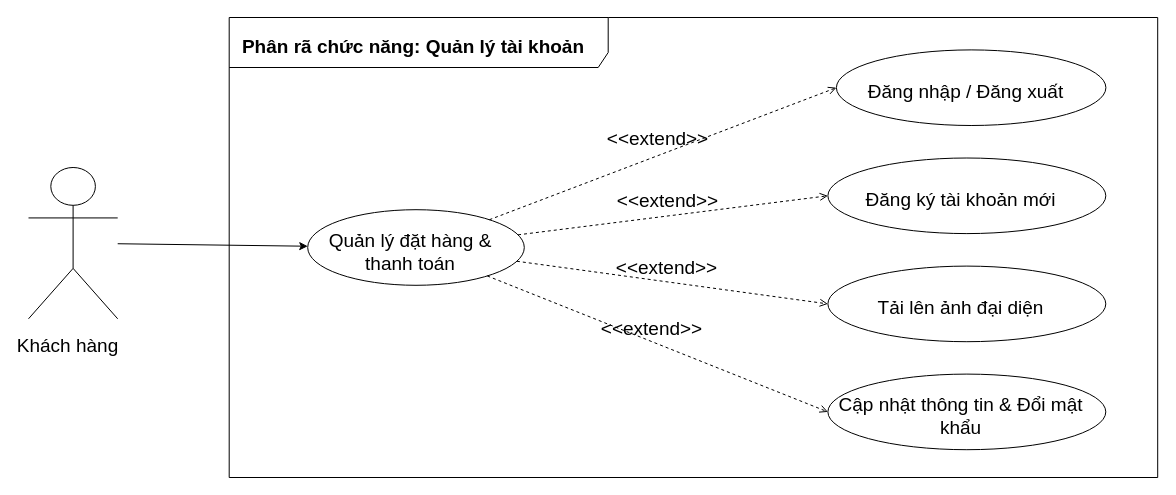
Earlier version of the draw.io diagram page "UC_QLY_TK_Khách" (5 of 11) of erd.drawio (CuongNY01/Website_QL_CuaHangQuanAo). Source tidied: cells renumbered, new cells numbered last; positions are measured from the earlier drawing's top-left corner, leaving out a move shared by most shapes. Both pictures are drawn from the tidied source at 100%, with x=0, y=0 at pixel (28, 17).
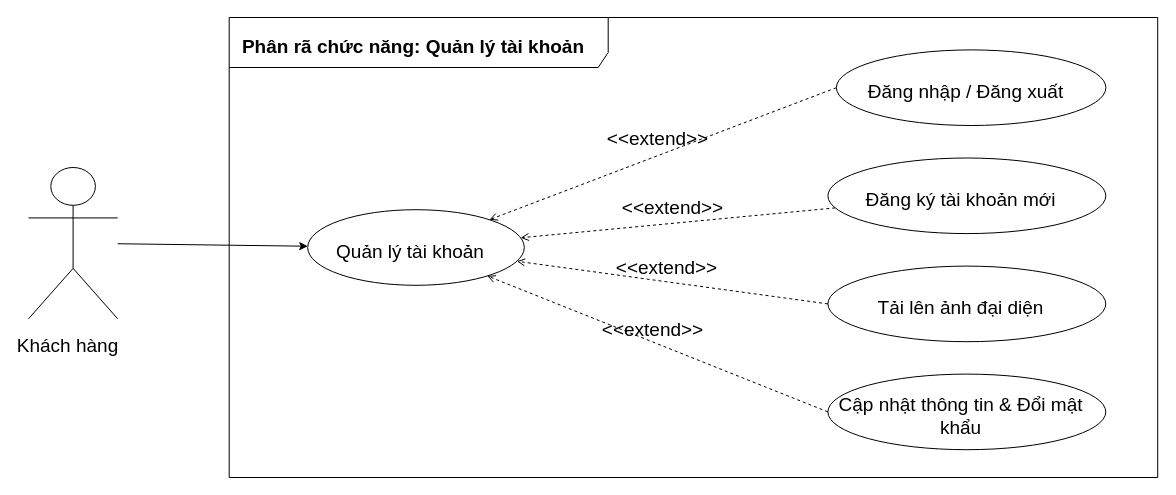
The same diagram, later.

Diff of the diagram source:
```diff
@@
 <mxGraphModel>
   <root>
     <mxCell id="0" />
     <mxCell id="1" parent="0" />
-    <mxCell id="2" style="group;" parent="1" vertex="1">
-      <mxGeometry width="1129.2" height="460" as="geometry" />
-    </mxCell>
-    <mxCell id="3" style="edgeStyle=none;shape=connector;rounded=1;jettySize=auto;html=1;strokeColor=default;align=center;verticalAlign=middle;fontFamily=Helvetica;fontSize=19;fontColor=default;labelBackgroundColor=default;defaultLabelBackgroundColor=page;endArrow=classic;spacingTop=10;spacingLeft=2;spacingRight=13;" parent="2" edge="1" source="4" target="6">
+    <mxCell id="3" style="edgeStyle=none;shape=connector;rounded=1;jettySize=auto;html=1;strokeColor=default;align=center;verticalAlign=middle;fontFamily=Helvetica;fontSize=19;fontColor=default;labelBackgroundColor=default;defaultLabelBackgroundColor=page;endArrow=classic;spacingTop=10;spacingLeft=2;spacingRight=13;" parent="1" edge="1" source="4" target="6">
       <mxGeometry relative="1" as="geometry" />
     </mxCell>
-    <mxCell id="4" value="Khách hàng" style="shape=umlActor;verticalLabelPosition=bottom;verticalAlign=top;html=1;labelPerimeter=1;fontSize=19;spacingTop=10;spacingLeft=2;spacingRight=13;" parent="2" vertex="1">
+    <mxCell id="4" value="Khách hàng" style="shape=umlActor;verticalLabelPosition=bottom;verticalAlign=top;html=1;labelPerimeter=1;fontSize=19;spacingTop=10;spacingLeft=2;spacingRight=13;" parent="1" vertex="1">
       <mxGeometry y="150" width="89.2" height="151.3" as="geometry" />
     </mxCell>
-    <mxCell id="5" value="&lt;b&gt;Phân rã chức năng: Quản lý tài khoản&lt;/b&gt;" style="shape=umlFrame;whiteSpace=wrap;html=1;width=379;height=50;fontSize=19;spacingTop=10;spacingLeft=2;spacingRight=13;" parent="2" vertex="1">
+    <mxCell id="5" value="&lt;b&gt;Phân rã chức năng: Quản lý tài khoản&lt;/b&gt;" style="shape=umlFrame;whiteSpace=wrap;html=1;width=379;height=50;fontSize=19;spacingTop=10;spacingLeft=2;spacingRight=13;" parent="1" vertex="1">
       <mxGeometry x="200.7" width="928.5" height="460" as="geometry" />
     </mxCell>
-    <mxCell id="6" value="Quản lý đặt hàng &amp;amp; thanh toán" style="ellipse;whiteSpace=wrap;html=1;fontSize=19;spacingTop=10;spacingLeft=2;spacingRight=13;" parent="5" vertex="1">
+    <mxCell id="6" value="Quản lý tài khoản" style="ellipse;whiteSpace=wrap;html=1;fontSize=19;spacingTop=10;spacingLeft=2;spacingRight=13;" parent="5" vertex="1">
       <mxGeometry x="78.5" y="192.2" width="216.6" height="75.6" as="geometry" />
     </mxCell>
     <mxCell id="7" value="Đăng nhập / Đăng xuất" style="ellipse;whiteSpace=wrap;html=1;fontSize=19;spacingTop=10;spacingLeft=2;spacingRight=13;" parent="5" vertex="1">
       <mxGeometry x="607.2" y="32.4" width="269.5" height="75.6" as="geometry" />
     </mxCell>
-    <mxCell id="8" value="&amp;lt;&amp;lt;extend&amp;gt;&amp;gt;" style="html=1;verticalAlign=bottom;labelBackgroundColor=none;endArrow=open;endFill=0;dashed=1;rounded=1;strokeColor=default;align=center;fontFamily=Helvetica;fontSize=19;fontColor=default;defaultLabelBackgroundColor=page;entryX=0;entryY=0.5;entryDx=0;entryDy=0;spacingTop=10;spacingLeft=2;spacingRight=13;" parent="5" edge="1" source="6" target="7">
+    <mxCell id="8" value="&amp;lt;&amp;lt;extend&amp;gt;&amp;gt;" style="html=1;verticalAlign=bottom;labelBackgroundColor=none;endArrow=open;endFill=0;dashed=1;rounded=1;strokeColor=default;align=center;fontFamily=Helvetica;fontSize=19;fontColor=default;defaultLabelBackgroundColor=page;spacingTop=10;spacingLeft=2;spacingRight=13;exitX=0;exitY=0.5;exitDx=0;exitDy=0;" parent="5" edge="1" source="7" target="6">
       <mxGeometry relative="1" as="geometry" />
     </mxCell>
-    <mxCell id="9" value="&amp;lt;&amp;lt;extend&amp;gt;&amp;gt;" style="html=1;verticalAlign=bottom;labelBackgroundColor=none;endArrow=open;endFill=0;dashed=1;rounded=1;strokeColor=default;align=center;fontFamily=Helvetica;fontSize=19;fontColor=default;defaultLabelBackgroundColor=page;entryX=0;entryY=0.5;entryDx=0;entryDy=0;spacingTop=10;spacingLeft=2;spacingRight=13;" parent="2" edge="1" source="6" target="13">
+    <mxCell id="9" value="&amp;lt;&amp;lt;extend&amp;gt;&amp;gt;" style="html=1;verticalAlign=bottom;labelBackgroundColor=none;endArrow=open;endFill=0;dashed=1;rounded=1;strokeColor=default;align=center;fontFamily=Helvetica;fontSize=19;fontColor=default;defaultLabelBackgroundColor=page;spacingTop=10;spacingLeft=2;spacingRight=13;" parent="1" edge="1" source="13" target="6">
       <mxGeometry relative="1" as="geometry" />
     </mxCell>
-    <mxCell id="10" value="&amp;lt;&amp;lt;extend&amp;gt;&amp;gt;" style="html=1;verticalAlign=bottom;labelBackgroundColor=none;endArrow=open;endFill=0;dashed=1;rounded=1;strokeColor=default;align=center;fontFamily=Helvetica;fontSize=19;fontColor=default;defaultLabelBackgroundColor=page;entryX=0;entryY=0.5;entryDx=0;entryDy=0;spacingTop=10;spacingLeft=2;spacingRight=13;" parent="2" edge="1" source="6" target="14">
-      <mxGeometry relative="1" as="geometry" />
-    </mxCell>
-    <mxCell id="11" value="&amp;lt;&amp;lt;extend&amp;gt;&amp;gt;" style="html=1;verticalAlign=bottom;labelBackgroundColor=none;endArrow=open;endFill=0;dashed=1;rounded=1;strokeColor=default;align=center;fontFamily=Helvetica;fontSize=19;fontColor=default;defaultLabelBackgroundColor=page;entryX=0;entryY=0.5;entryDx=0;entryDy=0;spacingTop=10;spacingLeft=2;spacingRight=13;" parent="2" edge="1" source="6" target="15">
+    <mxCell id="11" value="&amp;lt;&amp;lt;extend&amp;gt;&amp;gt;" style="html=1;verticalAlign=bottom;labelBackgroundColor=none;endArrow=open;endFill=0;dashed=1;rounded=1;strokeColor=default;align=center;fontFamily=Helvetica;fontSize=19;fontColor=default;defaultLabelBackgroundColor=page;spacingTop=10;spacingLeft=2;spacingRight=13;exitX=0;exitY=0.5;exitDx=0;exitDy=0;" parent="1" edge="1" source="15" target="6">
       <mxGeometry relative="1" as="geometry" />
     </mxCell>
-    <mxCell id="12" style="group;fontSize=19;spacingTop=10;spacingLeft=2;spacingRight=13;" parent="2" vertex="1">
+    <mxCell id="12" style="group;fontSize=19;spacingTop=10;spacingLeft=2;spacingRight=13;" parent="1" vertex="1">
       <mxGeometry x="799.4" y="140.5" width="277.9" height="291.8" as="geometry" />
     </mxCell>
     <mxCell id="13" value="Đăng ký tài khoản mới" style="ellipse;whiteSpace=wrap;html=1;fontSize=19;spacingTop=10;spacingLeft=2;spacingRight=13;" parent="12" vertex="1">
       <mxGeometry width="277.9" height="75.6" as="geometry" />
     </mxCell>
     <mxCell id="14" value="Tải lên ảnh đại diện" style="ellipse;whiteSpace=wrap;html=1;fontSize=19;spacingLeft=2;spacingTop=10;spacingRight=13;" parent="12" vertex="1">
       <mxGeometry y="108.1" width="277.9" height="75.6" as="geometry" />
     </mxCell>
     <mxCell id="15" value="Cập nhật thông tin &amp;amp; Đổi mật khẩu" style="ellipse;whiteSpace=wrap;html=1;fontSize=19;spacingTop=10;spacingLeft=2;spacingRight=13;" parent="12" vertex="1">
       <mxGeometry y="216.1" width="277.9" height="75.6" as="geometry" />
     </mxCell>
+    <mxCell id="10" value="&amp;lt;&amp;lt;extend&amp;gt;&amp;gt;" style="html=1;verticalAlign=bottom;labelBackgroundColor=none;endArrow=open;endFill=0;dashed=1;rounded=1;strokeColor=default;align=center;fontFamily=Helvetica;fontSize=19;fontColor=default;defaultLabelBackgroundColor=page;spacingTop=10;spacingLeft=2;spacingRight=13;exitX=0;exitY=0.5;exitDx=0;exitDy=0;" parent="1" edge="1" source="14" target="6">
+      <mxGeometry relative="1" as="geometry" />
+    </mxCell>
   </root>
 </mxGraphModel>
```
